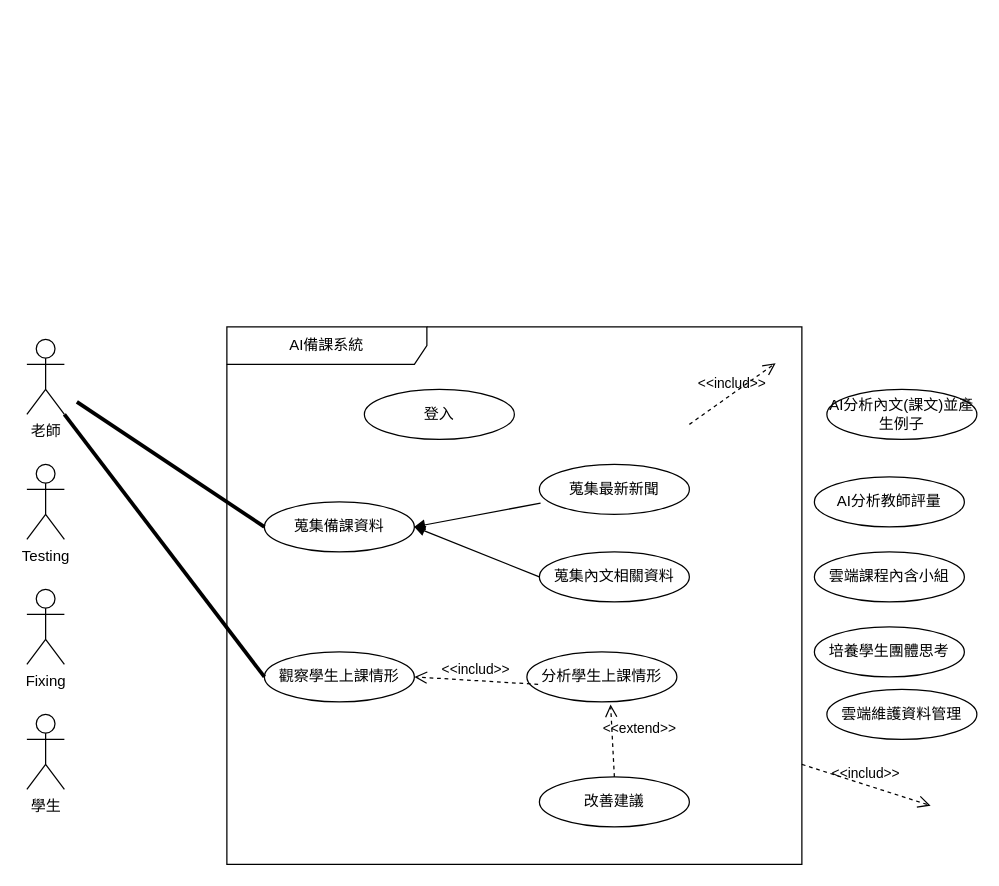
This is 顧客關係圖.drawio from Kevincheng0804/System-analysis, a draw.io file, before an edit. Source tidied: cells renumbered, new cells numbered last; positions are measured from the earlier drawing's top-left corner, leaving out a move shared by most shapes. Both pictures are drawn from the tidied source at 125%, with x=0, y=0 at pixel (26, 326).
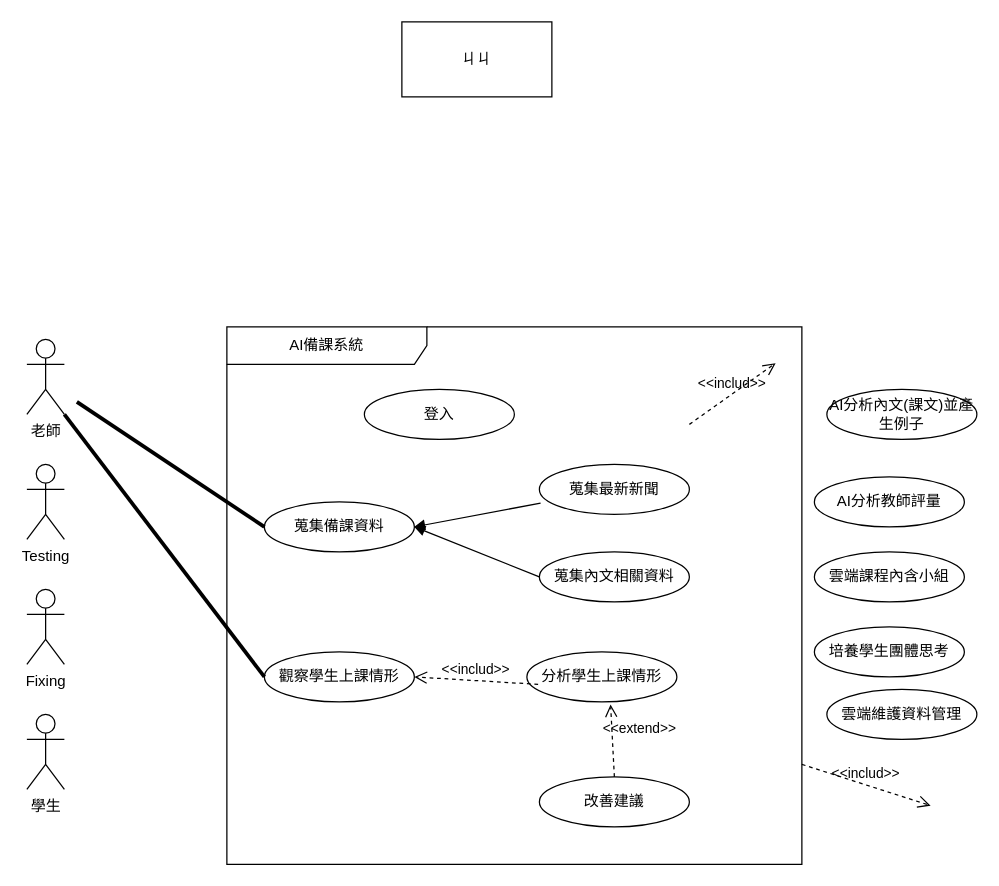
After the change.

Change to the diagram source:
```diff
@@
+    <mxCell id="27" value="ㄐㄐ" style="rounded=0;whiteSpace=wrap;html=1;" parent="1" vertex="1">
+      <mxGeometry x="300" y="-244" width="120" height="60" as="geometry" />
+    </mxCell>
```
